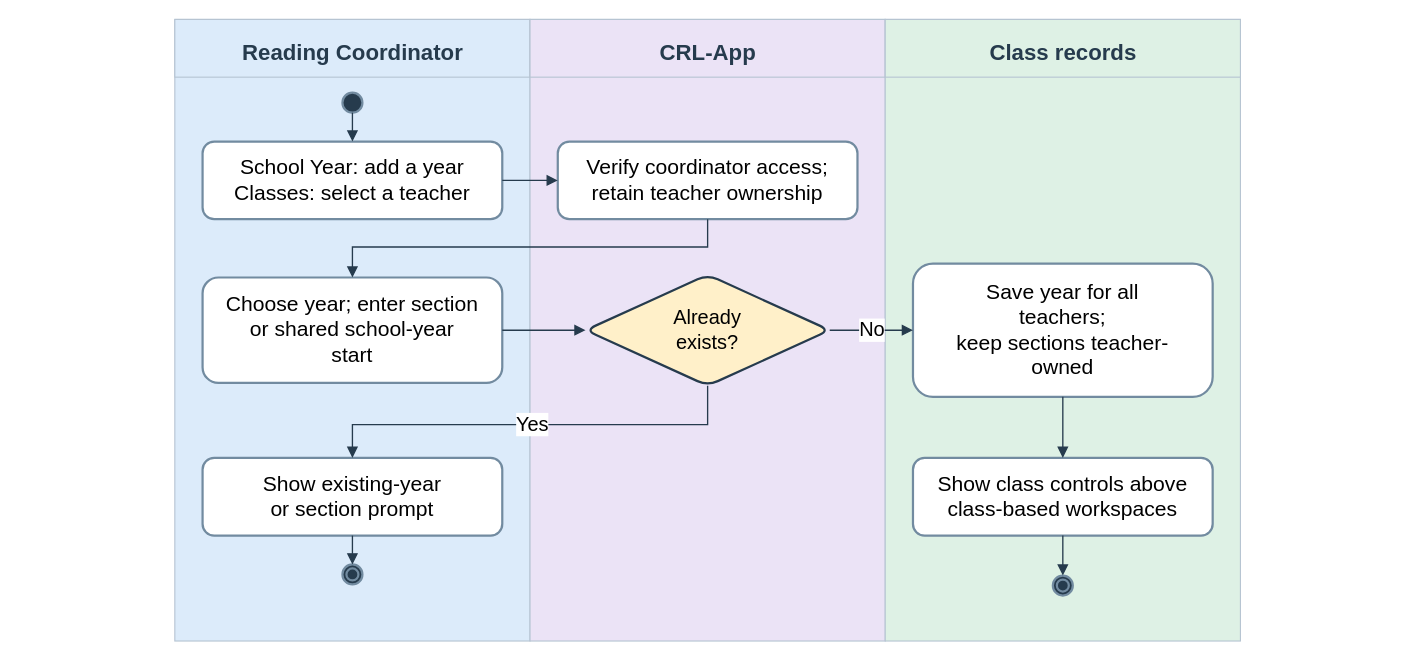
Before: docs/diagrams/class-workspaces/figure-15-class-management.drawio in AkuSayangKamuJudaSayang/crl-app, a draw.io diagram. Source tidied: cells renumbered, new cells numbered last; positions are measured from the earlier drawing's top-left corner, leaving out a move shared by most shapes. Both pictures are drawn from the tidied source at 111%, with x=0, y=0 at pixel (19, 19).
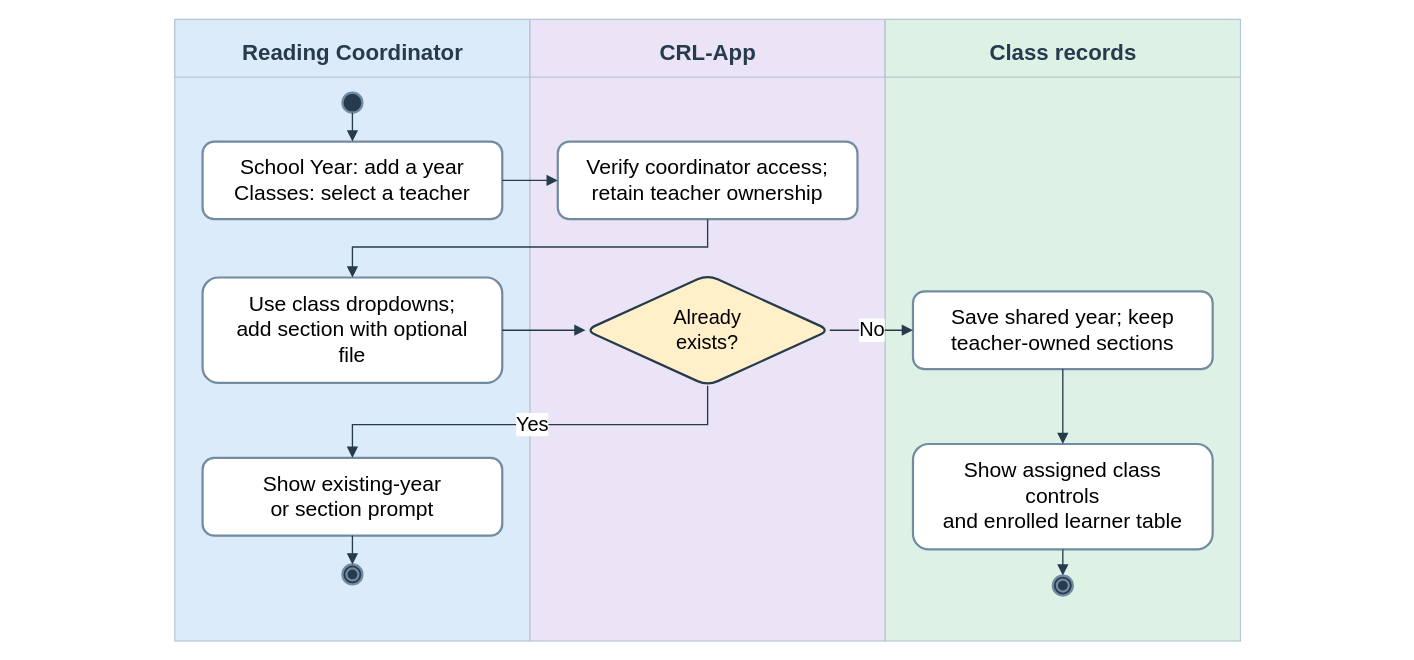
After the change.

What changed in the source:
```diff
@@
-    <mxCell id="14" value="Choose year; enter section&lt;br&gt;or shared school-year&lt;br&gt;start" style="rounded=1;whiteSpace=wrap;html=1;fontFamily=Arial;fillColor=#ffffff;strokeColor=#728ba0;strokeWidth=2;fontSize=19;" parent="1" vertex="1">
+    <mxCell id="14" value="Use class dropdowns;&lt;br&gt;add section with optional&lt;br&gt;file" style="rounded=1;whiteSpace=wrap;html=1;fontFamily=Arial;fillColor=#ffffff;strokeColor=#728ba0;strokeWidth=2;fontSize=19;" parent="1" vertex="1">
       <mxGeometry x="165" y="232.5" width="270" height="95" as="geometry" />
     </mxCell>
@@
-    <mxCell id="18" value="Save year for all&lt;br&gt;teachers;&lt;br&gt;keep sections teacher-&lt;br&gt;owned" style="rounded=1;whiteSpace=wrap;html=1;fontFamily=Arial;fillColor=#ffffff;strokeColor=#728ba0;strokeWidth=2;fontSize=19;" parent="1" vertex="1">
-      <mxGeometry x="805" y="220" width="270" height="120" as="geometry" />
+    <mxCell id="18" value="Save shared year; keep&lt;br&gt;teacher-owned sections" style="rounded=1;whiteSpace=wrap;html=1;fontFamily=Arial;fillColor=#ffffff;strokeColor=#728ba0;strokeWidth=2;fontSize=19;" parent="1" vertex="1">
+      <mxGeometry x="805" y="245" width="270" height="70" as="geometry" />
     </mxCell>
-    <mxCell id="19" value="Show class controls above&lt;br&gt;class-based workspaces" style="rounded=1;whiteSpace=wrap;html=1;fontFamily=Arial;fillColor=#ffffff;strokeColor=#728ba0;strokeWidth=2;fontSize=19;" parent="1" vertex="1">
-      <mxGeometry x="805" y="395" width="270" height="70" as="geometry" />
+    <mxCell id="19" value="Show assigned class&lt;br&gt;controls&lt;br&gt;and enrolled learner table" style="rounded=1;whiteSpace=wrap;html=1;fontFamily=Arial;fillColor=#ffffff;strokeColor=#728ba0;strokeWidth=2;fontSize=19;" parent="1" vertex="1">
+      <mxGeometry x="805" y="382.5" width="270" height="95" as="geometry" />
     </mxCell>
```
